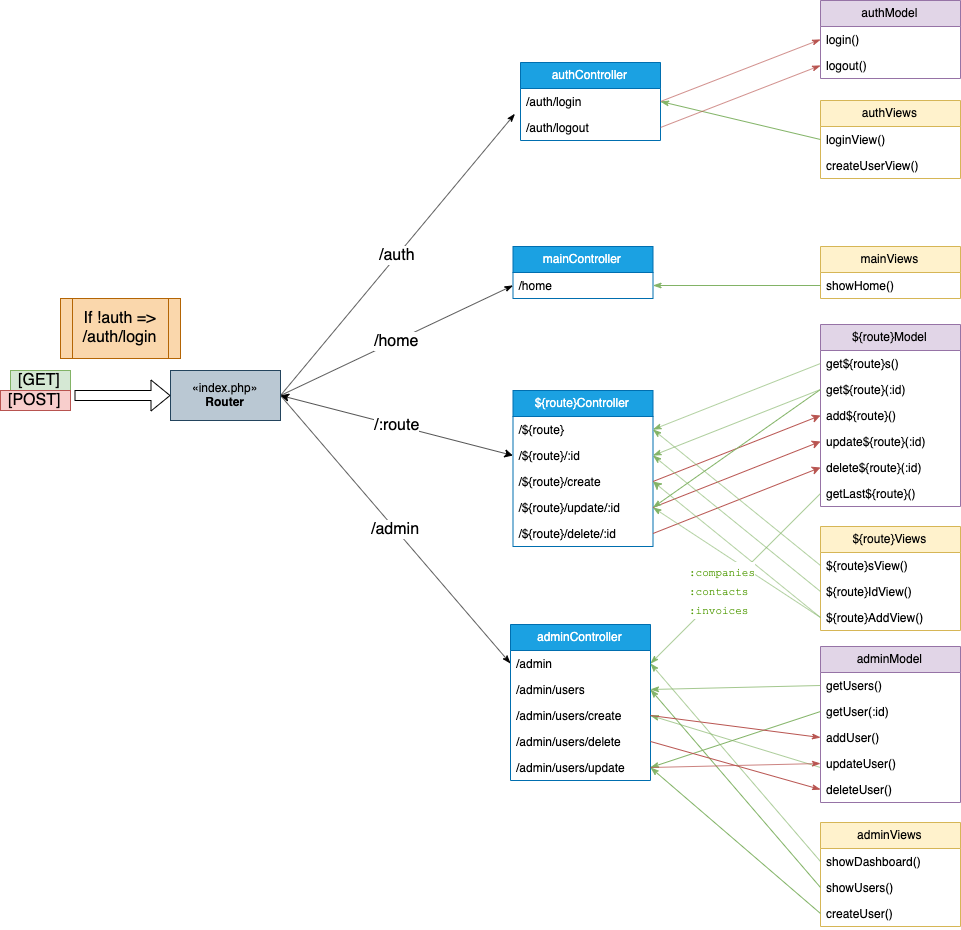
Before: infos/cogip flowchart.png, a diagram exported from draw.io (PierreKimbanziR/cogip). Source tidied: cells renumbered, new cells last; positions are measured from the earlier drawing's top-left corner, leaving out a move shared by most shapes.
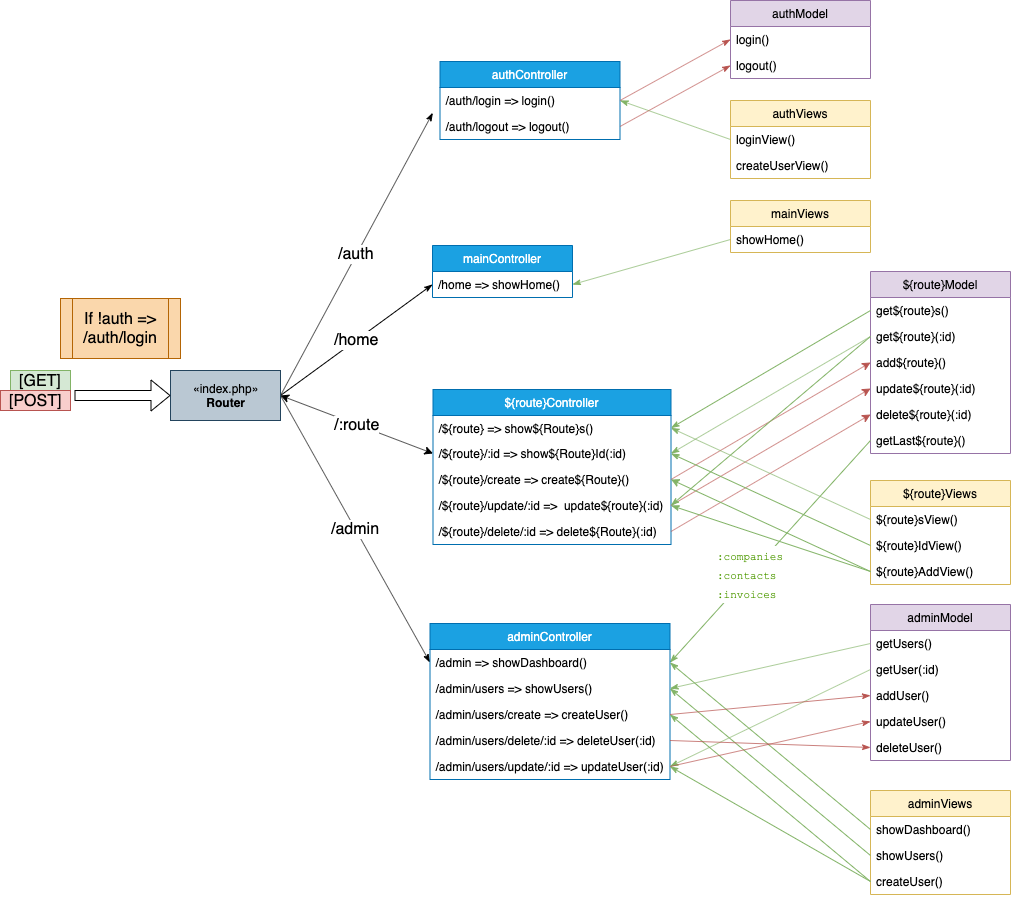
The same diagram one commit later.

Commit message:
fix flowchart and router

The edit, as a diff of the source:
```diff
@@ -18,25 +18,25 @@
       <mxGeometry x="170" y="370" width="110" height="50" as="geometry" />
     </mxCell>
     <mxCell id="7" value="${route}Controller" style="swimlane;fontStyle=0;horizontal=1;startSize=26;fillColor=#1ba1e2;strokeColor=#006EAF;fontColor=#ffffff;" parent="1" vertex="1">
-      <mxGeometry x="512.5" y="390" width="140" height="156" as="geometry" />
+      <mxGeometry x="432.5" y="389" width="238" height="155" as="geometry" />
     </mxCell>
-    <mxCell id="8" value="/${route}" style="text;strokeColor=none;fillColor=none;align=left;verticalAlign=top;spacingLeft=4;spacingRight=4;overflow=hidden;points=[[0,0.5],[1,0.5]];portConstraint=eastwest;" parent="7" vertex="1">
-      <mxGeometry y="26" width="140" height="26" as="geometry" />
+    <mxCell id="8" value="/${route} =&gt; show${Route}s()" style="text;strokeColor=none;fillColor=none;align=left;verticalAlign=top;spacingLeft=4;spacingRight=4;overflow=hidden;points=[[0,0.5],[1,0.5]];portConstraint=eastwest;" parent="7" vertex="1">
+      <mxGeometry y="26" width="238" height="25" as="geometry" />
     </mxCell>
-    <mxCell id="9" value="/${route}/:id" style="text;strokeColor=none;fillColor=none;align=left;verticalAlign=top;spacingLeft=4;spacingRight=4;overflow=hidden;points=[[0,0.5],[1,0.5]];portConstraint=eastwest;" parent="7" vertex="1">
-      <mxGeometry y="52" width="140" height="26" as="geometry" />
+    <mxCell id="9" value="/${route}/:id =&gt; show${Route}Id(:id)" style="text;strokeColor=none;fillColor=none;align=left;verticalAlign=top;spacingLeft=4;spacingRight=4;overflow=hidden;points=[[0,0.5],[1,0.5]];portConstraint=eastwest;" parent="7" vertex="1">
+      <mxGeometry y="51" width="238" height="26" as="geometry" />
     </mxCell>
-    <mxCell id="10" value="/${route}/create" style="text;strokeColor=none;fillColor=none;align=left;verticalAlign=top;spacingLeft=4;spacingRight=4;overflow=hidden;points=[[0,0.5],[1,0.5]];portConstraint=eastwest;" parent="7" vertex="1">
-      <mxGeometry y="78" width="140" height="26" as="geometry" />
+    <mxCell id="10" value="/${route}/create =&gt; create${Route}()" style="text;strokeColor=none;fillColor=none;align=left;verticalAlign=top;spacingLeft=4;spacingRight=4;overflow=hidden;points=[[0,0.5],[1,0.5]];portConstraint=eastwest;" parent="7" vertex="1">
+      <mxGeometry y="77" width="238" height="26" as="geometry" />
     </mxCell>
-    <mxCell id="11" value="/${route}/update/:id" style="text;strokeColor=none;fillColor=none;align=left;verticalAlign=top;spacingLeft=4;spacingRight=4;overflow=hidden;points=[[0,0.5],[1,0.5]];portConstraint=eastwest;" parent="7" vertex="1">
-      <mxGeometry y="104" width="140" height="26" as="geometry" />
+    <mxCell id="11" value="/${route}/update/:id =&gt;  update${route}(:id)" style="text;strokeColor=none;fillColor=none;align=left;verticalAlign=top;spacingLeft=4;spacingRight=4;overflow=hidden;points=[[0,0.5],[1,0.5]];portConstraint=eastwest;" parent="7" vertex="1">
+      <mxGeometry y="103" width="238" height="26" as="geometry" />
     </mxCell>
-    <mxCell id="12" value="/${route}/delete/:id" style="text;strokeColor=none;fillColor=none;align=left;verticalAlign=top;spacingLeft=4;spacingRight=4;overflow=hidden;points=[[0,0.5],[1,0.5]];portConstraint=eastwest;" parent="7" vertex="1">
-      <mxGeometry y="130" width="140" height="26" as="geometry" />
+    <mxCell id="12" value="/${route}/delete/:id =&gt; delete${Route}(:id)" style="text;strokeColor=none;fillColor=none;align=left;verticalAlign=top;spacingLeft=4;spacingRight=4;overflow=hidden;points=[[0,0.5],[1,0.5]];portConstraint=eastwest;" parent="7" vertex="1">
+      <mxGeometry y="129" width="238" height="26" as="geometry" />
     </mxCell>
     <mxCell id="13" value="${route}Model" style="swimlane;fontStyle=0;horizontal=1;startSize=26;fillColor=#e1d5e7;strokeColor=#9673a6;" parent="1" vertex="1">
-      <mxGeometry x="820" y="324" width="140" height="182" as="geometry" />
+      <mxGeometry x="870" y="271" width="140" height="182" as="geometry" />
     </mxCell>
     <mxCell id="14" value="get${route}s()" style="text;strokeColor=none;fillColor=none;align=left;verticalAlign=top;spacingLeft=4;spacingRight=4;overflow=hidden;points=[[0,0.5],[1,0.5]];portConstraint=eastwest;" parent="13" vertex="1">
       <mxGeometry y="26" width="140" height="26" as="geometry" />
@@ -72,7 +72,7 @@
       <mxGeometry relative="1" as="geometry" />
     </mxCell>
     <mxCell id="25" value="${route}Views" style="swimlane;fontStyle=0;horizontal=1;startSize=26;fillColor=#fff2cc;strokeColor=#d6b656;" parent="1" vertex="1">
-      <mxGeometry x="820" y="526" width="140" height="104" as="geometry" />
+      <mxGeometry x="870" y="480" width="140" height="104" as="geometry" />
     </mxCell>
     <mxCell id="26" value="${route}sView()" style="text;strokeColor=none;fillColor=none;align=left;verticalAlign=top;spacingLeft=4;spacingRight=4;overflow=hidden;points=[[0,0.5],[1,0.5]];portConstraint=eastwest;" parent="25" vertex="1">
       <mxGeometry y="26" width="140" height="26" as="geometry" />
@@ -105,16 +105,16 @@
       <mxGeometry y="390" width="70" height="20" as="geometry" />
     </mxCell>
     <mxCell id="36" value="mainController" style="swimlane;fontStyle=0;horizontal=1;startSize=26;fillColor=#1ba1e2;strokeColor=#006EAF;fontColor=#ffffff;" parent="1" vertex="1">
-      <mxGeometry x="512.5" y="246" width="140" height="52" as="geometry" />
+      <mxGeometry x="432" y="245" width="140" height="52" as="geometry" />
     </mxCell>
-    <mxCell id="37" value="/home" style="text;strokeColor=none;fillColor=none;align=left;verticalAlign=top;spacingLeft=4;spacingRight=4;overflow=hidden;points=[[0,0.5],[1,0.5]];portConstraint=eastwest;" parent="36" vertex="1">
+    <mxCell id="37" value="/home =&gt; showHome()" style="text;strokeColor=none;fillColor=none;align=left;verticalAlign=top;spacingLeft=4;spacingRight=4;overflow=hidden;points=[[0,0.5],[1,0.5]];portConstraint=eastwest;" parent="36" vertex="1">
       <mxGeometry y="26" width="140" height="26" as="geometry" />
     </mxCell>
     <mxCell id="38" value="&lt;font color=&quot;#4d9900&quot; style=&quot;font-size: 11px&quot; face=&quot;Courier New&quot;&gt;:companies&lt;br&gt;:contacts&lt;br&gt;:invoices&lt;/font&gt;" style="edgeStyle=none;rounded=1;jettySize=auto;html=1;exitX=0;exitY=0.5;exitDx=0;exitDy=0;entryX=1;entryY=0.5;entryDx=0;entryDy=0;startArrow=none;startFill=0;endArrow=classicThin;endFill=1;strokeColor=#82b366;strokeWidth=1;fontSize=16;fillColor=#d5e8d4;align=left;" parent="1" edge="1" source="19" target="55">
       <mxGeometry x="0.36" y="-26" relative="1" as="geometry" />
     </mxCell>
     <mxCell id="39" value="mainViews" style="swimlane;fontStyle=0;horizontal=1;startSize=26;fillColor=#fff2cc;strokeColor=#d6b656;" parent="1" vertex="1">
-      <mxGeometry x="820" y="246" width="140" height="52" as="geometry" />
+      <mxGeometry x="730" y="200" width="140" height="52" as="geometry" />
     </mxCell>
     <mxCell id="40" value="showHome()" style="text;strokeColor=none;fillColor=none;align=left;verticalAlign=top;spacingLeft=4;spacingRight=4;overflow=hidden;points=[[0,0.5],[1,0.5]];portConstraint=eastwest;" parent="39" vertex="1">
       <mxGeometry y="26" width="140" height="26" as="geometry" />
@@ -123,16 +123,16 @@
       <mxGeometry relative="1" as="geometry" />
     </mxCell>
     <mxCell id="42" value="authController" style="swimlane;fontStyle=0;horizontal=1;startSize=26;fillColor=#1ba1e2;strokeColor=#006EAF;fontColor=#ffffff;" parent="1" vertex="1">
-      <mxGeometry x="520" y="62" width="140" height="78" as="geometry" />
+      <mxGeometry x="439.5" y="61" width="180" height="78" as="geometry" />
     </mxCell>
-    <mxCell id="43" value="/auth/login" style="text;strokeColor=none;fillColor=none;align=left;verticalAlign=top;spacingLeft=4;spacingRight=4;overflow=hidden;points=[[0,0.5],[1,0.5]];portConstraint=eastwest;" parent="42" vertex="1">
-      <mxGeometry y="26" width="140" height="26" as="geometry" />
+    <mxCell id="43" value="/auth/login =&gt; login()" style="text;strokeColor=none;fillColor=none;align=left;verticalAlign=top;spacingLeft=4;spacingRight=4;overflow=hidden;points=[[0,0.5],[1,0.5]];portConstraint=eastwest;" parent="42" vertex="1">
+      <mxGeometry y="26" width="180" height="26" as="geometry" />
     </mxCell>
-    <mxCell id="44" value="/auth/logout" style="text;strokeColor=none;fillColor=none;align=left;verticalAlign=top;spacingLeft=4;spacingRight=4;overflow=hidden;points=[[0,0.5],[1,0.5]];portConstraint=eastwest;" parent="42" vertex="1">
-      <mxGeometry y="52" width="140" height="26" as="geometry" />
+    <mxCell id="44" value="/auth/logout =&gt; logout()" style="text;strokeColor=none;fillColor=none;align=left;verticalAlign=top;spacingLeft=4;spacingRight=4;overflow=hidden;points=[[0,0.5],[1,0.5]];portConstraint=eastwest;" parent="42" vertex="1">
+      <mxGeometry y="52" width="180" height="26" as="geometry" />
     </mxCell>
     <mxCell id="45" value="authViews" style="swimlane;fontStyle=0;horizontal=1;startSize=26;fillColor=#fff2cc;strokeColor=#d6b656;" parent="1" vertex="1">
-      <mxGeometry x="820" y="100" width="140" height="78" as="geometry" />
+      <mxGeometry x="730" y="100" width="140" height="78" as="geometry" />
     </mxCell>
     <mxCell id="46" value="loginView()" style="text;strokeColor=none;fillColor=none;align=left;verticalAlign=top;spacingLeft=4;spacingRight=4;overflow=hidden;points=[[0,0.5],[1,0.5]];portConstraint=eastwest;" parent="45" vertex="1">
       <mxGeometry y="26" width="140" height="26" as="geometry" />
@@ -144,7 +144,7 @@
       <mxGeometry relative="1" as="geometry" />
     </mxCell>
     <mxCell id="49" value="authModel" style="swimlane;fontStyle=0;horizontal=1;startSize=26;fillColor=#e1d5e7;strokeColor=#9673a6;" parent="1" vertex="1">
-      <mxGeometry x="820" width="140" height="78" as="geometry" />
+      <mxGeometry x="730" width="140" height="78" as="geometry" />
     </mxCell>
     <mxCell id="50" value="login()" style="text;strokeColor=none;fillColor=none;align=left;verticalAlign=top;spacingLeft=4;spacingRight=4;overflow=hidden;points=[[0,0.5],[1,0.5]];portConstraint=eastwest;" parent="49" vertex="1">
       <mxGeometry y="26" width="140" height="26" as="geometry" />
@@ -159,25 +159,25 @@
       <mxGeometry relative="1" as="geometry" />
     </mxCell>
     <mxCell id="54" value="adminController" style="swimlane;fontStyle=0;horizontal=1;startSize=26;fillColor=#1ba1e2;strokeColor=#006EAF;fontColor=#ffffff;" parent="1" vertex="1">
-      <mxGeometry x="510" y="624" width="140" height="156" as="geometry" />
+      <mxGeometry x="429.5" y="623" width="240" height="156" as="geometry" />
     </mxCell>
-    <mxCell id="55" value="/admin" style="text;strokeColor=none;fillColor=none;align=left;verticalAlign=top;spacingLeft=4;spacingRight=4;overflow=hidden;points=[[0,0.5],[1,0.5]];portConstraint=eastwest;" parent="54" vertex="1">
-      <mxGeometry y="26" width="140" height="26" as="geometry" />
+    <mxCell id="55" value="/admin =&gt; showDashboard()" style="text;strokeColor=none;fillColor=none;align=left;verticalAlign=top;spacingLeft=4;spacingRight=4;overflow=hidden;points=[[0,0.5],[1,0.5]];portConstraint=eastwest;" parent="54" vertex="1">
+      <mxGeometry y="26" width="240" height="26" as="geometry" />
     </mxCell>
-    <mxCell id="56" value="/admin/users" style="text;strokeColor=none;fillColor=none;align=left;verticalAlign=top;spacingLeft=4;spacingRight=4;overflow=hidden;points=[[0,0.5],[1,0.5]];portConstraint=eastwest;" parent="54" vertex="1">
-      <mxGeometry y="52" width="140" height="26" as="geometry" />
+    <mxCell id="56" value="/admin/users =&gt; showUsers()" style="text;strokeColor=none;fillColor=none;align=left;verticalAlign=top;spacingLeft=4;spacingRight=4;overflow=hidden;points=[[0,0.5],[1,0.5]];portConstraint=eastwest;" parent="54" vertex="1">
+      <mxGeometry y="52" width="240" height="26" as="geometry" />
     </mxCell>
-    <mxCell id="57" value="/admin/users/create" style="text;strokeColor=none;fillColor=none;align=left;verticalAlign=top;spacingLeft=4;spacingRight=4;overflow=hidden;points=[[0,0.5],[1,0.5]];portConstraint=eastwest;" parent="54" vertex="1">
-      <mxGeometry y="78" width="140" height="26" as="geometry" />
+    <mxCell id="57" value="/admin/users/create =&gt; createUser()" style="text;strokeColor=none;fillColor=none;align=left;verticalAlign=top;spacingLeft=4;spacingRight=4;overflow=hidden;points=[[0,0.5],[1,0.5]];portConstraint=eastwest;" parent="54" vertex="1">
+      <mxGeometry y="78" width="240" height="26" as="geometry" />
     </mxCell>
-    <mxCell id="58" value="/admin/users/delete" style="text;strokeColor=none;fillColor=none;align=left;verticalAlign=top;spacingLeft=4;spacingRight=4;overflow=hidden;points=[[0,0.5],[1,0.5]];portConstraint=eastwest;" parent="54" vertex="1">
-      <mxGeometry y="104" width="140" height="26" as="geometry" />
+    <mxCell id="58" value="/admin/users/delete/:id =&gt; deleteUser(:id)" style="text;strokeColor=none;fillColor=none;align=left;verticalAlign=top;spacingLeft=4;spacingRight=4;overflow=hidden;points=[[0,0.5],[1,0.5]];portConstraint=eastwest;" parent="54" vertex="1">
+      <mxGeometry y="104" width="240" height="26" as="geometry" />
     </mxCell>
-    <mxCell id="59" value="/admin/users/update" style="text;strokeColor=none;fillColor=none;align=left;verticalAlign=top;spacingLeft=4;spacingRight=4;overflow=hidden;points=[[0,0.5],[1,0.5]];portConstraint=eastwest;" parent="54" vertex="1">
-      <mxGeometry y="130" width="140" height="26" as="geometry" />
+    <mxCell id="59" value="/admin/users/update/:id =&gt; updateUser(:id)" style="text;strokeColor=none;fillColor=none;align=left;verticalAlign=top;spacingLeft=4;spacingRight=4;overflow=hidden;points=[[0,0.5],[1,0.5]];portConstraint=eastwest;" parent="54" vertex="1">
+      <mxGeometry y="130" width="240" height="26" as="geometry" />
     </mxCell>
     <mxCell id="60" value="adminViews" style="swimlane;fontStyle=0;horizontal=1;startSize=26;fillColor=#fff2cc;strokeColor=#d6b656;" parent="1" vertex="1">
-      <mxGeometry x="820" y="822" width="140" height="104" as="geometry" />
+      <mxGeometry x="870" y="790" width="140" height="104" as="geometry" />
     </mxCell>
     <mxCell id="61" value="showDashboard()" style="text;strokeColor=none;fillColor=none;align=left;verticalAlign=top;spacingLeft=4;spacingRight=4;overflow=hidden;points=[[0,0.5],[1,0.5]];portConstraint=eastwest;" parent="60" vertex="1">
       <mxGeometry y="26" width="140" height="26" as="geometry" />
@@ -194,16 +194,14 @@
     <mxCell id="65" style="edgeStyle=none;rounded=1;jettySize=auto;html=1;exitX=0;exitY=0.5;exitDx=0;exitDy=0;entryX=1;entryY=0.5;entryDx=0;entryDy=0;startArrow=none;startFill=0;endArrow=classicThin;endFill=1;strokeColor=#82b366;strokeWidth=1;fontSize=16;fillColor=#d5e8d4;" parent="1" edge="1" source="62" target="56">
       <mxGeometry relative="1" as="geometry" />
     </mxCell>
-    <mxCell id="66" style="edgeStyle=none;rounded=1;jettySize=auto;html=1;entryX=1;entryY=0.5;entryDx=0;entryDy=0;startArrow=none;startFill=0;endArrow=classicThin;endFill=1;strokeColor=#82b366;strokeWidth=1;fontSize=16;fillColor=#d5e8d4;" parent="1" edge="1" target="57">
-      <mxGeometry relative="1" as="geometry">
-        <mxPoint x="820" y="767" as="sourcePoint" />
-      </mxGeometry>
+    <mxCell id="66" style="edgeStyle=none;rounded=1;jettySize=auto;html=1;entryX=1;entryY=0.5;entryDx=0;entryDy=0;startArrow=none;startFill=0;endArrow=classicThin;endFill=1;strokeColor=#82b366;strokeWidth=1;fontSize=16;fillColor=#d5e8d4;exitX=0;exitY=0.5;exitDx=0;exitDy=0;" parent="1" edge="1" source="63" target="57">
+      <mxGeometry relative="1" as="geometry" />
     </mxCell>
     <mxCell id="67" style="edgeStyle=none;rounded=1;jettySize=auto;html=1;exitX=0;exitY=0.5;exitDx=0;exitDy=0;entryX=1;entryY=0.5;entryDx=0;entryDy=0;startArrow=none;startFill=0;endArrow=classicThin;endFill=1;strokeColor=#82b366;strokeWidth=1;fontSize=16;fillColor=#d5e8d4;" parent="1" edge="1" source="63" target="59">
       <mxGeometry relative="1" as="geometry" />
     </mxCell>
     <mxCell id="68" value="adminModel" style="swimlane;fontStyle=0;horizontal=1;startSize=26;fillColor=#e1d5e7;strokeColor=#9673a6;" parent="1" vertex="1">
-      <mxGeometry x="820" y="646" width="140" height="156" as="geometry" />
+      <mxGeometry x="870" y="604" width="140" height="156" as="geometry" />
     </mxCell>
     <mxCell id="69" value="getUsers()" style="text;strokeColor=none;fillColor=none;align=left;verticalAlign=top;spacingLeft=4;spacingRight=4;overflow=hidden;points=[[0,0.5],[1,0.5]];portConstraint=eastwest;" parent="68" vertex="1">
       <mxGeometry y="26" width="140" height="26" as="geometry" />
```
